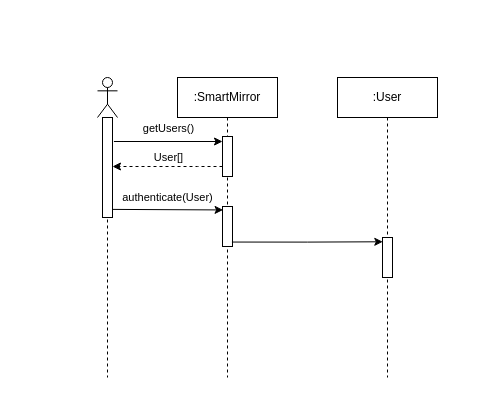
Earlier version of the draw.io diagram page "ValidateUser" (2 of 8) of smart-mirror.drawio (Bab-Lab/smart-mirror). Source tidied: cells renumbered, new cells numbered last; positions are measured from the earlier drawing's top-left corner, leaving out a move shared by most shapes. Both pictures are drawn from the tidied source at 100%, with x=0, y=0 at pixel (97, 77).
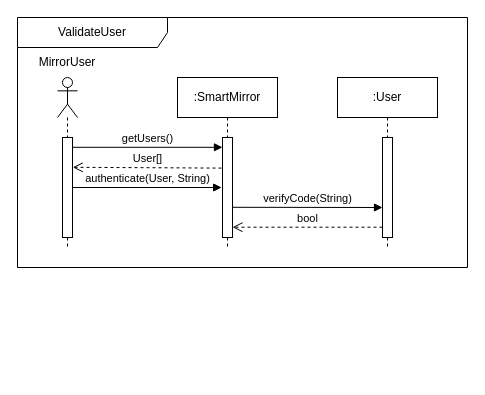
The same diagram, later.

The edit, as a diff of the source:
```diff
@@
+    <mxCell id="16" value="ValidateUser" style="shape=umlFrame;whiteSpace=wrap;html=1;labelBackgroundColor=default;fillColor=default;width=150;height=30;" parent="1" vertex="1">
+      <mxGeometry x="-80" y="-60" width="450" height="250" as="geometry" />
+    </mxCell>
     <mxCell id="2" style="shape=umlLifeline;participant=umlActor;perimeter=lifelinePerimeter;whiteSpace=wrap;html=1;verticalAlign=top;spacingTop=36;" parent="1" vertex="1">
-      <mxGeometry width="20" height="300" as="geometry" />
+      <mxGeometry x="-40" width="20" height="170" as="geometry" />
     </mxCell>
     <mxCell id="3" style="html=1;points=[];perimeter=orthogonalPerimeter;" parent="2" vertex="1">
-      <mxGeometry x="5" y="40" width="10" height="100" as="geometry" />
+      <mxGeometry x="5" y="60" width="10" height="100" as="geometry" />
     </mxCell>
     <mxCell id="4" value=":SmartMirror" style="shape=umlLifeline;perimeter=lifelinePerimeter;whiteSpace=wrap;html=1;" parent="1" vertex="1">
-      <mxGeometry x="80" width="100" height="300" as="geometry" />
+      <mxGeometry x="80" width="100" height="170" as="geometry" />
     </mxCell>
     <mxCell id="5" style="html=1;points=[];perimeter=orthogonalPerimeter;" parent="4" vertex="1">
-      <mxGeometry x="45" y="129" width="10" height="40" as="geometry" />
+      <mxGeometry x="45" y="60" width="10" height="100" as="geometry" />
     </mxCell>
-    <mxCell id="6" style="html=1;points=[];perimeter=orthogonalPerimeter;" parent="4" vertex="1">
-      <mxGeometry x="45" y="59" width="10" height="40" as="geometry" />
-    </mxCell>
     <mxCell id="7" value=":User" style="shape=umlLifeline;perimeter=lifelinePerimeter;whiteSpace=wrap;html=1;" parent="1" vertex="1">
-      <mxGeometry x="240" width="100" height="300" as="geometry" />
+      <mxGeometry x="240" width="100" height="170" as="geometry" />
     </mxCell>
     <mxCell id="8" style="html=1;points=[];perimeter=orthogonalPerimeter;" parent="7" vertex="1">
-      <mxGeometry x="45" y="160" width="10" height="40" as="geometry" />
+      <mxGeometry x="45" y="60" width="10" height="100" as="geometry" />
     </mxCell>
-    <mxCell id="9" style="edgeStyle=orthogonalEdgeStyle;rounded=0;jettySize=auto;html=1;entryX=0.057;entryY=0.086;entryDx=0;entryDy=0;entryPerimeter=0;startArrow=none;startFill=0;endArrow=classic;endFill=1;exitX=0.971;exitY=0.329;exitDx=0;exitDy=0;exitPerimeter=0;" parent="1" edge="1" target="5">
-      <mxGeometry relative="1" as="geometry">
-        <mxPoint x="14.7" y="131.9" as="sourcePoint" />
-      </mxGeometry>
-    </mxCell>
-    <mxCell id="10" value="authenticate(User)" style="edgeLabel;html=1;align=center;verticalAlign=middle;" parent="9" vertex="1">
-      <mxGeometry x="-0.2" y="-1" relative="1" as="geometry">
-        <mxPoint x="11" y="-14" as="offset" />
-      </mxGeometry>
-    </mxCell>
-    <mxCell id="11" style="edgeStyle=orthogonalEdgeStyle;rounded=0;jettySize=auto;html=1;startArrow=none;startFill=0;endArrow=classic;endFill=1;dashed=1;" parent="1" edge="1" source="6">
-      <mxGeometry relative="1" as="geometry">
-        <mxPoint x="15" y="89" as="targetPoint" />
-        <Array as="points">
-          <mxPoint x="100" y="89" />
-          <mxPoint x="100" y="89" />
-        </Array>
-      </mxGeometry>
-    </mxCell>
+    <mxCell id="17" value="MirrorUser" style="text;html=1;strokeColor=none;fillColor=none;align=center;verticalAlign=middle;whiteSpace=wrap;rounded=0;labelBackgroundColor=default;" parent="1" vertex="1">
+      <mxGeometry x="-60" y="-30" width="60" height="30" as="geometry" />
+    </mxCell>
-    <mxCell id="12" value="User[]" style="edgeLabel;html=1;align=center;verticalAlign=middle;" parent="11" vertex="1">
-      <mxGeometry x="0.29" y="-1" relative="1" as="geometry">
-        <mxPoint x="16" y="-9" as="offset" />
-      </mxGeometry>
+    <mxCell id="12" value="User[]" style="html=1;verticalAlign=bottom;endArrow=open;dashed=1;endSize=8;rounded=0;labelBackgroundColor=default;exitX=-0.1;exitY=0.306;exitDx=0;exitDy=0;exitPerimeter=0;entryX=1.029;entryY=0.298;entryDx=0;entryDy=0;entryPerimeter=0;" parent="1" edge="1" source="5" target="3">
+      <mxGeometry relative="1" as="geometry" />
     </mxCell>
-    <mxCell id="13" style="edgeStyle=orthogonalEdgeStyle;rounded=0;jettySize=auto;html=1;entryX=1.143;entryY=0.24;entryDx=0;entryDy=0;entryPerimeter=0;startArrow=classic;startFill=1;endArrow=none;endFill=0;exitX=0;exitY=0.125;exitDx=0;exitDy=0;exitPerimeter=0;" parent="1" edge="1" source="6" target="3">
-      <mxGeometry relative="1" as="geometry" />
-    </mxCell>
+    <mxCell id="18" value="authenticate(User, String)" style="html=1;verticalAlign=bottom;endArrow=block;rounded=0;labelBackgroundColor=default;exitX=0.965;exitY=0.5;exitDx=0;exitDy=0;exitPerimeter=0;entryX=-0.084;entryY=0.5;entryDx=0;entryDy=0;entryPerimeter=0;" parent="1" edge="1" source="3" target="5">
+      <mxGeometry relative="1" as="geometry" />
+    </mxCell>
-    <mxCell id="14" value="getUsers()" style="edgeLabel;html=1;align=center;verticalAlign=middle;" parent="13" vertex="1">
-      <mxGeometry x="-0.28" y="4" relative="1" as="geometry">
-        <mxPoint x="-16" y="-18" as="offset" />
-      </mxGeometry>
+    <mxCell id="14" value="getUsers()" style="html=1;verticalAlign=bottom;endArrow=block;rounded=0;labelBackgroundColor=default;entryX=-0.003;entryY=0.098;entryDx=0;entryDy=0;entryPerimeter=0;" parent="1" edge="1" source="3" target="5">
+      <mxGeometry relative="1" as="geometry" />
     </mxCell>
-    <mxCell id="15" style="edgeStyle=orthogonalEdgeStyle;rounded=0;jettySize=auto;html=1;entryX=0.029;entryY=0.107;entryDx=0;entryDy=0;entryPerimeter=0;startArrow=none;startFill=0;endArrow=classic;endFill=1;exitX=0.943;exitY=0.889;exitDx=0;exitDy=0;exitPerimeter=0;" parent="1" edge="1" source="5" target="8">
+    <mxCell id="15" value="verifyCode(String)" style="html=1;verticalAlign=bottom;endArrow=block;rounded=0;labelBackgroundColor=default;exitX=0.966;exitY=0.698;exitDx=0;exitDy=0;exitPerimeter=0;entryX=0;entryY=0.7;entryDx=0;entryDy=0;entryPerimeter=0;" parent="1" edge="1" source="5" target="8">
       <mxGeometry relative="1" as="geometry" />
     </mxCell>
+    <mxCell id="19" value="bool" style="html=1;verticalAlign=bottom;endArrow=open;dashed=1;endSize=8;rounded=0;labelBackgroundColor=default;exitX=0;exitY=0.897;exitDx=0;exitDy=0;exitPerimeter=0;" parent="1" edge="1" source="8" target="5">
+      <mxGeometry relative="1" as="geometry" />
+    </mxCell>
```
